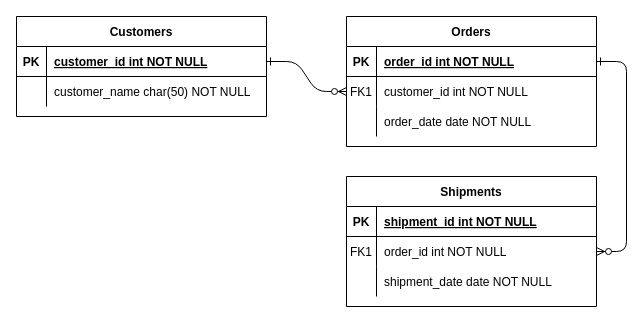
Before: pizza_app_ER.drawio in Remi329/PizzaJunctionMergedComponents, a draw.io diagram. Source tidied: cells renumbered, new cells numbered last; positions are measured from the earlier drawing's top-left corner, leaving out a move shared by most shapes. Both pictures are drawn from the tidied source at 100%, with x=0, y=0 at pixel (16, 16).
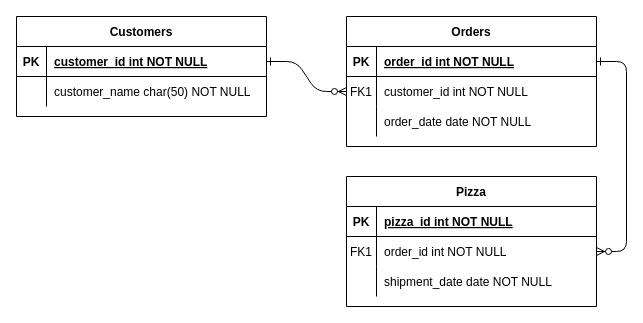
The same diagram, later.

The change refers to these unchanged cells:
```xml
<mxCell id="15" style="shape=partialRectangle;fillColor=none;top=0;left=0;right=0;bottom=1;" parent="14" vertex="1">
  <mxGeometry y="30" width="250" height="30" as="geometry" />
</mxCell>
```

Change to the diagram source:
```diff
@@
-    <mxCell id="14" value="Shipments" style="shape=table;startSize=30;childLayout=tableLayout;rowLines=0;fontStyle=1;align=center;" parent="1" vertex="1">
+    <mxCell id="14" value="Pizza" style="shape=table;startSize=30;childLayout=tableLayout;rowLines=0;fontStyle=1;align=center;" parent="1" vertex="1">
       <mxGeometry x="330" y="160" width="250" height="130" as="geometry" />
     </mxCell>
@@
-    <mxCell id="17" value="shipment_id int NOT NULL " style="shape=partialRectangle;overflow=hidden;fillColor=none;top=0;left=0;bottom=0;right=0;align=left;spacingLeft=6;fontStyle=5;" parent="15" vertex="1">
+    <mxCell id="17" value="pizza_id int NOT NULL " style="shape=partialRectangle;overflow=hidden;fillColor=none;top=0;left=0;bottom=0;right=0;align=left;spacingLeft=6;fontStyle=5;" parent="15" vertex="1">
       <mxGeometry x="30" width="220" height="30" as="geometry" />
     </mxCell>
```
